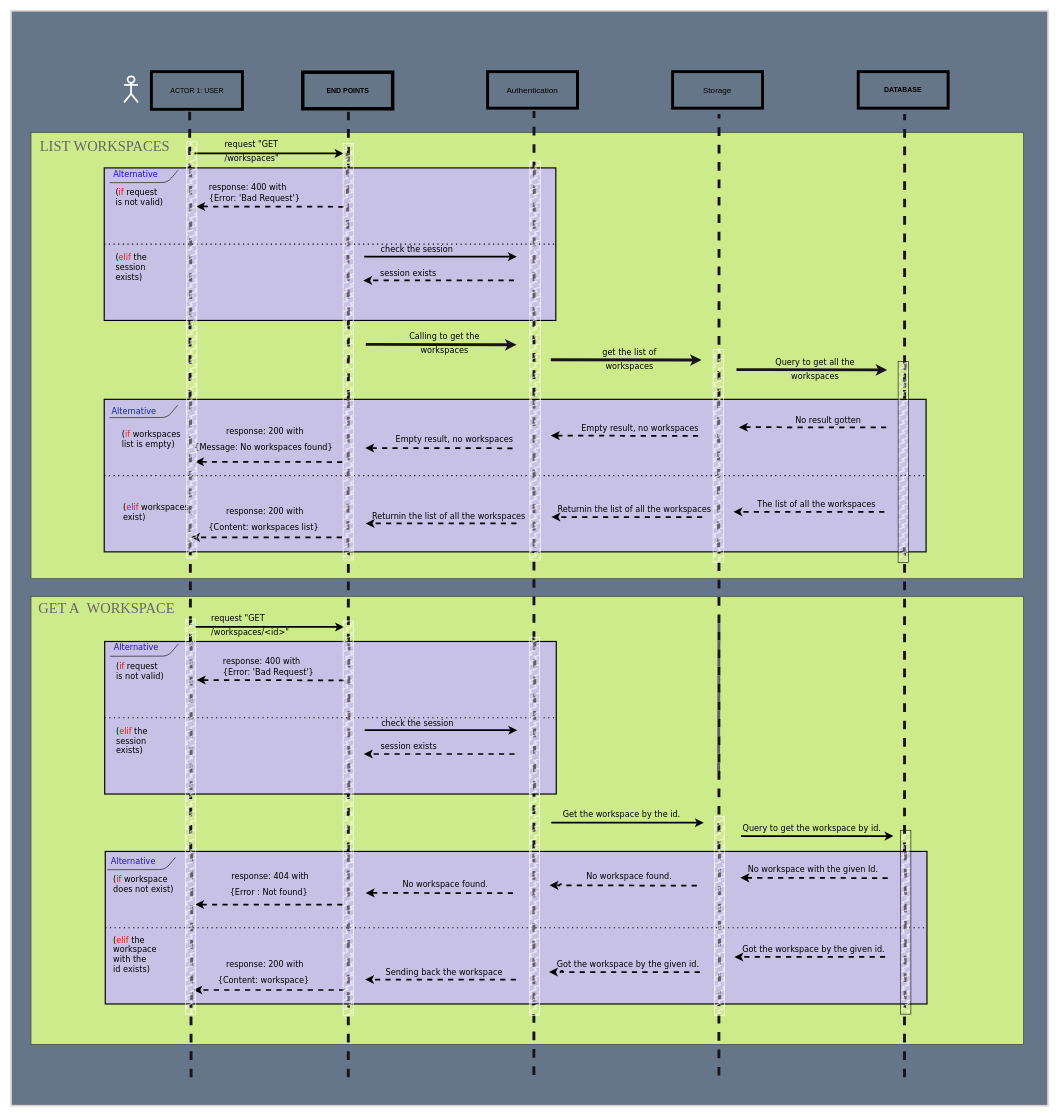
This is UML/Sequence_diagram/Dio/Get_workspaces_diagram.dio from Kolapo-code/Booker, a draw.io file, before an edit. Source tidied: cells renumbered, new cells numbered last; positions are measured from the earlier drawing's top-left corner, leaving out a move shared by most shapes. Both pictures are drawn from the tidied source at 58%, with x=0, y=0 at pixel (10, 10).
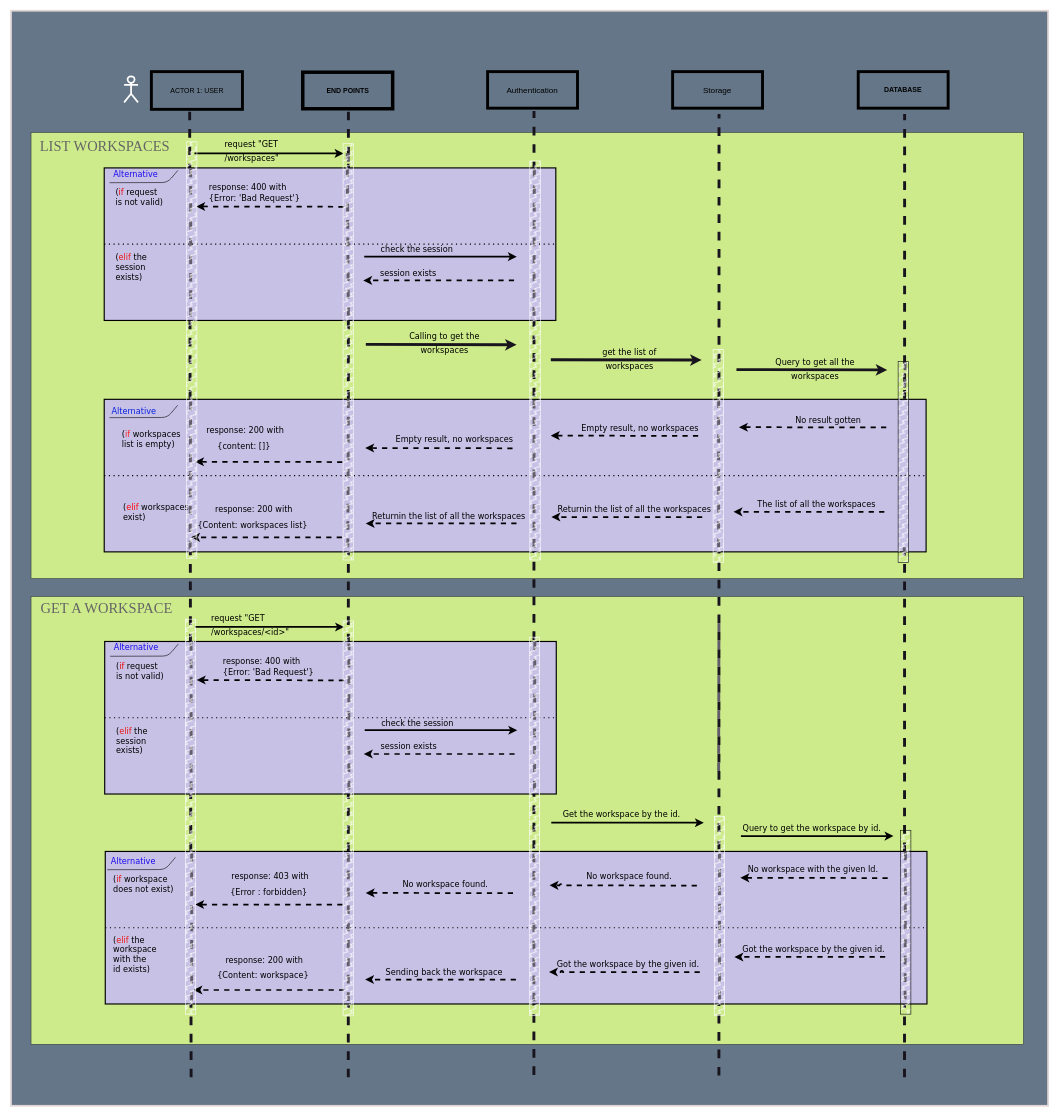
The same diagram, later.

Diff of the diagram source:
```diff
@@
     <mxCell id="70" value="&lt;font style=&quot;text-align: left; font-size: 14px;&quot; face=&quot;Verdana&quot;&gt;response: 200 with&lt;br&gt;{Content: workspaces list&lt;/font&gt;&lt;span style=&quot;text-align: left; background-color: initial; font-family: Verdana; font-size: 14px;&quot;&gt;}&amp;nbsp;&lt;/span&gt;" style="text;html=1;align=center;verticalAlign=middle;strokeColor=none;fillColor=none;fontSize=22;fontColor=#000000;" parent="1" vertex="1">
-      <mxGeometry x="352" y="842" width="172" height="65" as="geometry" />
+      <mxGeometry x="333" y="838" width="172" height="65" as="geometry" />
     </mxCell>
-    <mxCell id="71" value="&lt;font face=&quot;Times New Roman&quot; color=&quot;#666666&quot;&gt;&lt;span style=&quot;font-size: 25px;&quot;&gt;GET A&amp;nbsp; WORKSPACE&lt;/span&gt;&lt;/font&gt;" style="text;html=1;align=center;verticalAlign=middle;strokeColor=none;fillColor=none;" parent="1" vertex="1">
-      <mxGeometry x="38" y="1009" width="253" height="42" as="geometry" />
+    <mxCell id="71" value="&lt;font face=&quot;Times New Roman&quot; color=&quot;#666666&quot;&gt;&lt;span style=&quot;font-size: 25px;&quot;&gt;GET A WORKSPACE&lt;/span&gt;&lt;/font&gt;" style="text;html=1;align=center;verticalAlign=middle;strokeColor=none;fillColor=none;" parent="1" vertex="1">
+      <mxGeometry x="42" y="1009" width="245" height="42" as="geometry" />
     </mxCell>
@@
     <mxCell id="121" value="&lt;font style=&quot;text-align: left; font-size: 14px;&quot; face=&quot;Verdana&quot;&gt;response: 200 with&lt;br&gt;{Content: workspace&lt;/font&gt;&lt;span style=&quot;text-align: left; background-color: initial; font-family: Verdana; font-size: 14px;&quot;&gt;}&amp;nbsp;&lt;/span&gt;" style="text;html=1;align=center;verticalAlign=middle;strokeColor=none;fillColor=none;fontSize=22;fontColor=#000000;" parent="1" vertex="1">
-      <mxGeometry x="365" y="1623" width="146" height="65" as="geometry" />
+      <mxGeometry x="364" y="1615" width="146" height="65" as="geometry" />
     </mxCell>
-    <mxCell id="122" value="&lt;font style=&quot;text-align: left; font-size: 14px;&quot; face=&quot;Verdana&quot;&gt;response: 404 with&lt;br&gt;{Error : Not found&lt;/font&gt;&lt;span style=&quot;text-align: left; background-color: initial; font-family: Verdana; font-size: 14px;&quot;&gt;}&amp;nbsp;&lt;/span&gt;" style="text;html=1;align=center;verticalAlign=middle;strokeColor=none;fillColor=none;fontSize=22;fontColor=#000000;" parent="1" vertex="1">
-      <mxGeometry x="381" y="1471" width="132" height="65" as="geometry" />
+    <mxCell id="122" value="&lt;font style=&quot;text-align: left; font-size: 14px;&quot; face=&quot;Verdana&quot;&gt;response: 403 with&lt;br&gt;{Error : forbidden&lt;/font&gt;&lt;span style=&quot;text-align: left; background-color: initial; font-family: Verdana; font-size: 14px;&quot;&gt;}&amp;nbsp;&lt;/span&gt;" style="text;html=1;align=center;verticalAlign=middle;strokeColor=none;fillColor=none;fontSize=22;fontColor=#000000;" parent="1" vertex="1">
+      <mxGeometry x="382" y="1471" width="130" height="65" as="geometry" />
     </mxCell>
-    <mxCell id="123" value="&lt;font style=&quot;text-align: left; font-size: 14px;&quot; face=&quot;Verdana&quot;&gt;response: 200 with&lt;br&gt;{Message: No workspaces found&lt;/font&gt;&lt;span style=&quot;text-align: left; background-color: initial; font-family: Verdana; font-size: 14px;&quot;&gt;}&amp;nbsp;&lt;/span&gt;" style="text;html=1;align=center;verticalAlign=middle;strokeColor=none;fillColor=none;fontSize=22;fontColor=#000000;" parent="1" vertex="1">
-      <mxGeometry x="331" y="703" width="213" height="65" as="geometry" />
+    <mxCell id="123" value="&lt;font style=&quot;text-align: left; font-size: 14px;&quot; face=&quot;Verdana&quot;&gt;response: 200 with&lt;br&gt;{content: []&lt;/font&gt;&lt;span style=&quot;text-align: left; background-color: initial; font-family: Verdana; font-size: 14px;&quot;&gt;}&amp;nbsp;&lt;/span&gt;" style="text;html=1;align=center;verticalAlign=middle;strokeColor=none;fillColor=none;fontSize=22;fontColor=#000000;" parent="1" vertex="1">
+      <mxGeometry x="342" y="702" width="124" height="65" as="geometry" />
     </mxCell>
```
